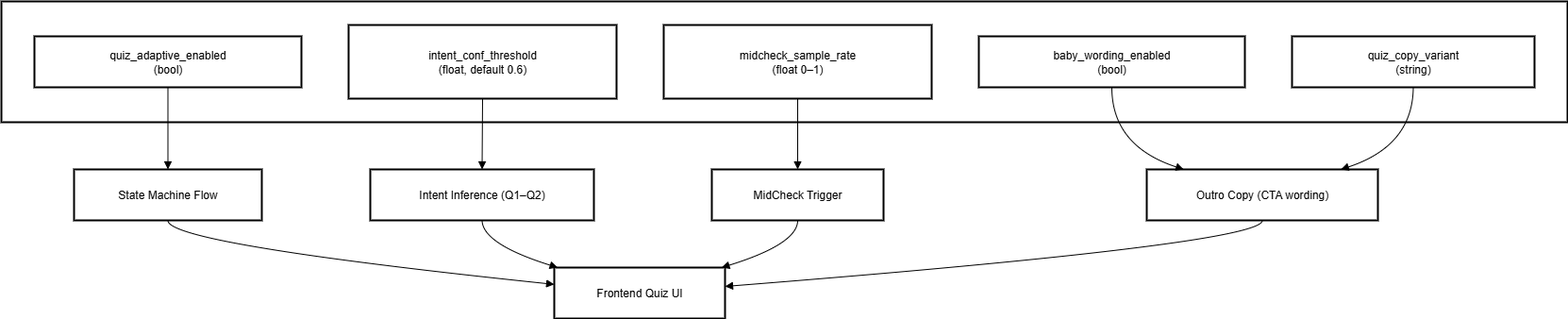
alexandrafofel/brightfutureahead keeps this draw.io diagram as content/app-web/architecture/pre-mvp/02-runtime-flow/feature-flags-map.png. Above is the earlier version. Source tidied: cells renumbered, new cells last; positions are measured from the earlier drawing's top-left corner, leaving out a move shared by most shapes. Source of this version:
```xml
<mxGraphModel>
  <root>
    <mxCell id="0" />
    <mxCell id="1" parent="0" />
    <mxCell id="2" value="Feature Flags (REMOTE_CONFIG)" style="whiteSpace=wrap;strokeWidth=2;" parent="1" vertex="1">
      <mxGeometry width="1660" height="128" as="geometry" />
    </mxCell>
    <mxCell id="3" value="quiz_adaptive_enabled&#10;(bool)" style="whiteSpace=wrap;strokeWidth=2;" parent="1" vertex="1">
      <mxGeometry x="35" y="37" width="283" height="54" as="geometry" />
    </mxCell>
    <mxCell id="4" value="intent_conf_threshold&#10;(float, default 0.6)" style="whiteSpace=wrap;strokeWidth=2;" parent="1" vertex="1">
      <mxGeometry x="368" y="25" width="284" height="78" as="geometry" />
    </mxCell>
    <mxCell id="5" value="midcheck_sample_rate&#10;(float 0–1)" style="whiteSpace=wrap;strokeWidth=2;" parent="1" vertex="1">
      <mxGeometry x="702" y="25" width="284" height="78" as="geometry" />
    </mxCell>
    <mxCell id="6" value="baby_wording_enabled&#10;(bool)" style="whiteSpace=wrap;strokeWidth=2;" parent="1" vertex="1">
      <mxGeometry x="1036" y="37" width="282" height="54" as="geometry" />
    </mxCell>
    <mxCell id="7" value="quiz_copy_variant&#10;(string)" style="whiteSpace=wrap;strokeWidth=2;" parent="1" vertex="1">
      <mxGeometry x="1368" y="37" width="257" height="54" as="geometry" />
    </mxCell>
    <mxCell id="8" value="State Machine Flow" style="whiteSpace=wrap;strokeWidth=2;" parent="1" vertex="1">
      <mxGeometry x="77" y="178" width="199" height="54" as="geometry" />
    </mxCell>
    <mxCell id="9" value="Intent Inference (Q1–Q2)" style="whiteSpace=wrap;strokeWidth=2;" parent="1" vertex="1">
      <mxGeometry x="391" y="178" width="237" height="54" as="geometry" />
    </mxCell>
    <mxCell id="10" value="MidCheck Trigger" style="whiteSpace=wrap;strokeWidth=2;" parent="1" vertex="1">
      <mxGeometry x="753" y="178" width="182" height="54" as="geometry" />
    </mxCell>
    <mxCell id="11" value="Outro Copy (CTA wording)" style="whiteSpace=wrap;strokeWidth=2;" parent="1" vertex="1">
      <mxGeometry x="1214" y="178" width="245" height="54" as="geometry" />
    </mxCell>
    <mxCell id="12" value="Frontend Quiz UI" style="whiteSpace=wrap;strokeWidth=2;" parent="1" vertex="1">
      <mxGeometry x="586" y="282" width="181" height="54" as="geometry" />
    </mxCell>
    <mxCell id="13" style="curved=1;startArrow=none;endArrow=block;exitX=0.5;exitY=1;entryX=0.5;entryY=0;rounded=0;" parent="1" edge="1" source="3" target="8">
      <mxGeometry relative="1" as="geometry" />
    </mxCell>
    <mxCell id="14" style="curved=1;startArrow=none;endArrow=block;exitX=0.5;exitY=1;entryX=0.5;entryY=0;rounded=0;" parent="1" edge="1" source="4" target="9">
      <mxGeometry relative="1" as="geometry" />
    </mxCell>
    <mxCell id="15" style="curved=1;startArrow=none;endArrow=block;exitX=0.5;exitY=1;entryX=0.5;entryY=0;rounded=0;" parent="1" edge="1" source="5" target="10">
      <mxGeometry relative="1" as="geometry" />
    </mxCell>
    <mxCell id="16" style="curved=1;startArrow=none;endArrow=block;exitX=0.5;exitY=1;entryX=0.16;entryY=0;rounded=0;" parent="1" edge="1" source="6" target="11">
      <mxGeometry relative="1" as="geometry">
        <Array as="points">
          <mxPoint x="1177" y="153" />
        </Array>
      </mxGeometry>
    </mxCell>
    <mxCell id="17" style="curved=1;startArrow=none;endArrow=block;exitX=0.5;exitY=1;entryX=0.84;entryY=0;rounded=0;" parent="1" edge="1" source="7" target="11">
      <mxGeometry relative="1" as="geometry">
        <Array as="points">
          <mxPoint x="1496" y="153" />
        </Array>
      </mxGeometry>
    </mxCell>
    <mxCell id="18" style="curved=1;startArrow=none;endArrow=block;exitX=0.5;exitY=1;entryX=0;entryY=0.33;rounded=0;" parent="1" edge="1" source="8" target="12">
      <mxGeometry relative="1" as="geometry">
        <Array as="points">
          <mxPoint x="176" y="257" />
        </Array>
      </mxGeometry>
    </mxCell>
    <mxCell id="19" style="curved=1;startArrow=none;endArrow=block;exitX=0.5;exitY=1;entryX=0.02;entryY=0;rounded=0;" parent="1" edge="1" source="9" target="12">
      <mxGeometry relative="1" as="geometry">
        <Array as="points">
          <mxPoint x="510" y="257" />
        </Array>
      </mxGeometry>
    </mxCell>
    <mxCell id="20" style="curved=1;startArrow=none;endArrow=block;exitX=0.5;exitY=1;entryX=0.98;entryY=0;rounded=0;" parent="1" edge="1" source="10" target="12">
      <mxGeometry relative="1" as="geometry">
        <Array as="points">
          <mxPoint x="844" y="257" />
        </Array>
      </mxGeometry>
    </mxCell>
    <mxCell id="21" style="curved=1;startArrow=none;endArrow=block;exitX=0.5;exitY=1;entryX=1;entryY=0.37;rounded=0;" parent="1" edge="1" source="11" target="12">
      <mxGeometry relative="1" as="geometry">
        <Array as="points">
          <mxPoint x="1337" y="257" />
        </Array>
      </mxGeometry>
    </mxCell>
  </root>
</mxGraphModel>
```
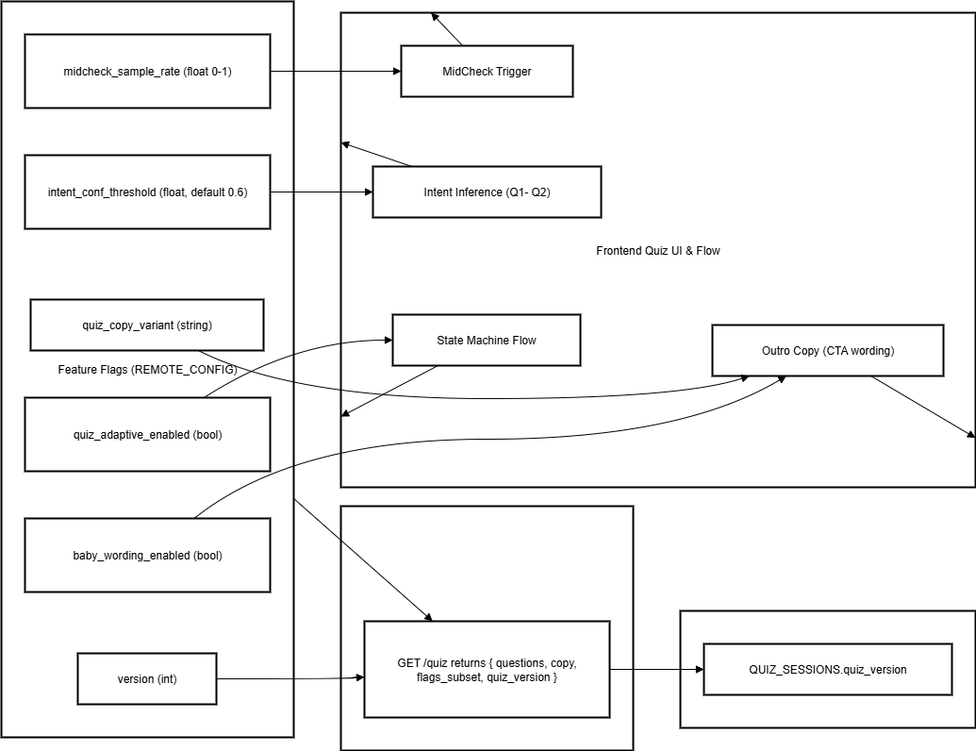
After the commit.

The edit, as a diff of the source:
```diff
@@ -2,89 +2,107 @@
   <root>
     <mxCell id="0" />
     <mxCell id="1" parent="0" />
+    <mxCell id="22" value="Postgres" style="whiteSpace=wrap;strokeWidth=2;" parent="1" vertex="1">
+      <mxGeometry x="720" y="646" width="313" height="124" as="geometry" />
+    </mxCell>
+    <mxCell id="23" value="GET /quiz payload" style="whiteSpace=wrap;strokeWidth=2;" parent="1" vertex="1">
+      <mxGeometry x="360" y="535" width="310" height="259" as="geometry" />
+    </mxCell>
+    <mxCell id="24" value="Frontend Quiz UI &amp; Flow" style="whiteSpace=wrap;strokeWidth=2;" parent="1" vertex="1">
+      <mxGeometry x="360" y="12" width="673" height="503" as="geometry" />
+    </mxCell>
     <mxCell id="2" value="Feature Flags (REMOTE_CONFIG)" style="whiteSpace=wrap;strokeWidth=2;" parent="1" vertex="1">
-      <mxGeometry width="1660" height="128" as="geometry" />
+      <mxGeometry width="310" height="780" as="geometry" />
     </mxCell>
-    <mxCell id="3" value="quiz_adaptive_enabled&#10;(bool)" style="whiteSpace=wrap;strokeWidth=2;" parent="1" vertex="1">
-      <mxGeometry x="35" y="37" width="283" height="54" as="geometry" />
+    <mxCell id="3" value="quiz_adaptive_enabled (bool)" style="whiteSpace=wrap;strokeWidth=2;" parent="1" vertex="1">
+      <mxGeometry x="25" y="420" width="260" height="78" as="geometry" />
     </mxCell>
-    <mxCell id="4" value="intent_conf_threshold&#10;(float, default 0.6)" style="whiteSpace=wrap;strokeWidth=2;" parent="1" vertex="1">
-      <mxGeometry x="368" y="25" width="284" height="78" as="geometry" />
+    <mxCell id="4" value="intent_conf_threshold (float, default 0.6)" style="whiteSpace=wrap;strokeWidth=2;" parent="1" vertex="1">
+      <mxGeometry x="25" y="163" width="260" height="78" as="geometry" />
     </mxCell>
-    <mxCell id="5" value="midcheck_sample_rate&#10;(float 0–1)" style="whiteSpace=wrap;strokeWidth=2;" parent="1" vertex="1">
-      <mxGeometry x="702" y="25" width="284" height="78" as="geometry" />
-    </mxCell>
+    <mxCell id="25" value="midcheck_sample_rate (float 0-1)" style="whiteSpace=wrap;strokeWidth=2;" parent="1" vertex="1">
+      <mxGeometry x="25" y="35" width="260" height="78" as="geometry" />
+    </mxCell>
-    <mxCell id="6" value="baby_wording_enabled&#10;(bool)" style="whiteSpace=wrap;strokeWidth=2;" parent="1" vertex="1">
-      <mxGeometry x="1036" y="37" width="282" height="54" as="geometry" />
+    <mxCell id="6" value="baby_wording_enabled (bool)" style="whiteSpace=wrap;strokeWidth=2;" parent="1" vertex="1">
+      <mxGeometry x="25" y="548" width="260" height="78" as="geometry" />
     </mxCell>
-    <mxCell id="7" value="quiz_copy_variant&#10;(string)" style="whiteSpace=wrap;strokeWidth=2;" parent="1" vertex="1">
-      <mxGeometry x="1368" y="37" width="257" height="54" as="geometry" />
+    <mxCell id="7" value="quiz_copy_variant (string)" style="whiteSpace=wrap;strokeWidth=2;" parent="1" vertex="1">
+      <mxGeometry x="31" y="316" width="247" height="54" as="geometry" />
     </mxCell>
+    <mxCell id="26" value="version (int)" style="whiteSpace=wrap;strokeWidth=2;" parent="1" vertex="1">
+      <mxGeometry x="81" y="691" width="147" height="54" as="geometry" />
+    </mxCell>
     <mxCell id="8" value="State Machine Flow" style="whiteSpace=wrap;strokeWidth=2;" parent="1" vertex="1">
-      <mxGeometry x="77" y="178" width="199" height="54" as="geometry" />
+      <mxGeometry x="415" y="332" width="199" height="54" as="geometry" />
     </mxCell>
-    <mxCell id="9" value="Intent Inference (Q1–Q2)" style="whiteSpace=wrap;strokeWidth=2;" parent="1" vertex="1">
-      <mxGeometry x="391" y="178" width="237" height="54" as="geometry" />
-    </mxCell>
+    <mxCell id="27" value="Intent Inference (Q1- Q2)" style="whiteSpace=wrap;strokeWidth=2;" parent="1" vertex="1">
+      <mxGeometry x="394" y="175" width="242" height="54" as="geometry" />
+    </mxCell>
     <mxCell id="10" value="MidCheck Trigger" style="whiteSpace=wrap;strokeWidth=2;" parent="1" vertex="1">
-      <mxGeometry x="753" y="178" width="182" height="54" as="geometry" />
+      <mxGeometry x="424" y="47" width="182" height="54" as="geometry" />
     </mxCell>
     <mxCell id="11" value="Outro Copy (CTA wording)" style="whiteSpace=wrap;strokeWidth=2;" parent="1" vertex="1">
-      <mxGeometry x="1214" y="178" width="245" height="54" as="geometry" />
+      <mxGeometry x="754" y="343" width="245" height="54" as="geometry" />
     </mxCell>
-    <mxCell id="12" value="Frontend Quiz UI" style="whiteSpace=wrap;strokeWidth=2;" parent="1" vertex="1">
-      <mxGeometry x="586" y="282" width="181" height="54" as="geometry" />
-    </mxCell>
+    <mxCell id="28" value="GET /quiz returns { questions, copy, flags_subset, quiz_version }" style="whiteSpace=wrap;strokeWidth=2;" parent="1" vertex="1">
+      <mxGeometry x="385" y="657" width="260" height="102" as="geometry" />
+    </mxCell>
+    <mxCell id="29" value="QUIZ_SESSIONS.quiz_version" style="whiteSpace=wrap;strokeWidth=2;" parent="1" vertex="1">
+      <mxGeometry x="745" y="681" width="263" height="54" as="geometry" />
+    </mxCell>
-    <mxCell id="13" style="curved=1;startArrow=none;endArrow=block;exitX=0.5;exitY=1;entryX=0.5;entryY=0;rounded=0;" parent="1" edge="1" source="3" target="8">
-      <mxGeometry relative="1" as="geometry" />
+    <mxCell id="13" style="curved=1;startArrow=none;endArrow=block;exitX=0.73;exitY=0;entryX=0;entryY=0.5;rounded=0;" parent="1" edge="1" source="3" target="8">
+      <mxGeometry relative="1" as="geometry">
+        <Array as="points">
+          <mxPoint x="310" y="359" />
+        </Array>
+      </mxGeometry>
     </mxCell>
-    <mxCell id="14" style="curved=1;startArrow=none;endArrow=block;exitX=0.5;exitY=1;entryX=0.5;entryY=0;rounded=0;" parent="1" edge="1" source="4" target="9">
-      <mxGeometry relative="1" as="geometry" />
-    </mxCell>
-    <mxCell id="15" style="curved=1;startArrow=none;endArrow=block;exitX=0.5;exitY=1;entryX=0.5;entryY=0;rounded=0;" parent="1" edge="1" source="5" target="10">
-      <mxGeometry relative="1" as="geometry" />
-    </mxCell>
+    <mxCell id="30" style="curved=1;startArrow=none;endArrow=block;exitX=1;exitY=0.5;entryX=0;entryY=0.5;rounded=0;" parent="1" edge="1" source="4" target="27">
+      <mxGeometry relative="1" as="geometry" />
+    </mxCell>
+    <mxCell id="31" style="curved=1;startArrow=none;endArrow=block;exitX=1;exitY=0.5;entryX=0;entryY=0.5;rounded=0;" parent="1" edge="1" source="25" target="10">
+      <mxGeometry relative="1" as="geometry" />
+    </mxCell>
-    <mxCell id="16" style="curved=1;startArrow=none;endArrow=block;exitX=0.5;exitY=1;entryX=0.16;entryY=0;rounded=0;" parent="1" edge="1" source="6" target="11">
+    <mxCell id="16" style="curved=1;startArrow=none;endArrow=block;exitX=0.69;exitY=0;entryX=0.32;entryY=1;rounded=0;" parent="1" edge="1" source="6" target="11">
       <mxGeometry relative="1" as="geometry">
         <Array as="points">
-          <mxPoint x="1177" y="153" />
+          <mxPoint x="310" y="464" />
+          <mxPoint x="720" y="464" />
         </Array>
       </mxGeometry>
     </mxCell>
-    <mxCell id="17" style="curved=1;startArrow=none;endArrow=block;exitX=0.5;exitY=1;entryX=0.84;entryY=0;rounded=0;" parent="1" edge="1" source="7" target="11">
+    <mxCell id="17" style="curved=1;startArrow=none;endArrow=block;exitX=0.72;exitY=1;entryX=0.16;entryY=1;rounded=0;" parent="1" edge="1" source="7" target="11">
       <mxGeometry relative="1" as="geometry">
         <Array as="points">
-          <mxPoint x="1496" y="153" />
+          <mxPoint x="310" y="421" />
+          <mxPoint x="720" y="421" />
         </Array>
       </mxGeometry>
     </mxCell>
-    <mxCell id="18" style="curved=1;startArrow=none;endArrow=block;exitX=0.5;exitY=1;entryX=0;entryY=0.33;rounded=0;" parent="1" edge="1" source="8" target="12">
-      <mxGeometry relative="1" as="geometry">
-        <Array as="points">
-          <mxPoint x="176" y="257" />
-        </Array>
-      </mxGeometry>
-    </mxCell>
-    <mxCell id="19" style="curved=1;startArrow=none;endArrow=block;exitX=0.5;exitY=1;entryX=0.02;entryY=0;rounded=0;" parent="1" edge="1" source="9" target="12">
-      <mxGeometry relative="1" as="geometry">
-        <Array as="points">
-          <mxPoint x="510" y="257" />
-        </Array>
-      </mxGeometry>
-    </mxCell>
-    <mxCell id="20" style="curved=1;startArrow=none;endArrow=block;exitX=0.5;exitY=1;entryX=0.98;entryY=0;rounded=0;" parent="1" edge="1" source="10" target="12">
-      <mxGeometry relative="1" as="geometry">
-        <Array as="points">
-          <mxPoint x="844" y="257" />
-        </Array>
-      </mxGeometry>
-    </mxCell>
-    <mxCell id="21" style="curved=1;startArrow=none;endArrow=block;exitX=0.5;exitY=1;entryX=1;entryY=0.37;rounded=0;" parent="1" edge="1" source="11" target="12">
-      <mxGeometry relative="1" as="geometry">
-        <Array as="points">
-          <mxPoint x="1337" y="257" />
-        </Array>
-      </mxGeometry>
-    </mxCell>
+    <mxCell id="32" style="curved=1;startArrow=none;endArrow=block;exitX=1;exitY=0.5;entryX=0;entryY=0.58;rounded=0;" parent="1" edge="1" source="26" target="28">
+      <mxGeometry relative="1" as="geometry">
+        <Array as="points">
+          <mxPoint x="360" y="718" />
+        </Array>
+      </mxGeometry>
+    </mxCell>
+    <mxCell id="33" style="curved=1;startArrow=none;endArrow=block;exitX=1;exitY=0.5;entryX=0;entryY=0.5;rounded=0;" parent="1" edge="1" source="28" target="29">
+      <mxGeometry relative="1" as="geometry" />
+    </mxCell>
+    <mxCell id="34" style="curved=1;startArrow=none;endArrow=block;rounded=0;" parent="1" edge="1" source="2" target="28">
+      <mxGeometry relative="1" as="geometry" />
+    </mxCell>
+    <mxCell id="35" style="curved=1;startArrow=none;endArrow=block;rounded=0;" parent="1" edge="1" source="8" target="24">
+      <mxGeometry relative="1" as="geometry" />
+    </mxCell>
+    <mxCell id="36" style="curved=1;startArrow=none;endArrow=block;rounded=0;" parent="1" edge="1" source="27" target="24">
+      <mxGeometry relative="1" as="geometry" />
+    </mxCell>
+    <mxCell id="37" style="curved=1;startArrow=none;endArrow=block;rounded=0;" parent="1" edge="1" source="10" target="24">
+      <mxGeometry relative="1" as="geometry" />
+    </mxCell>
+    <mxCell id="38" style="curved=1;startArrow=none;endArrow=block;rounded=0;" parent="1" edge="1" source="11" target="24">
+      <mxGeometry relative="1" as="geometry" />
+    </mxCell>
   </root>
 </mxGraphModel>
```
